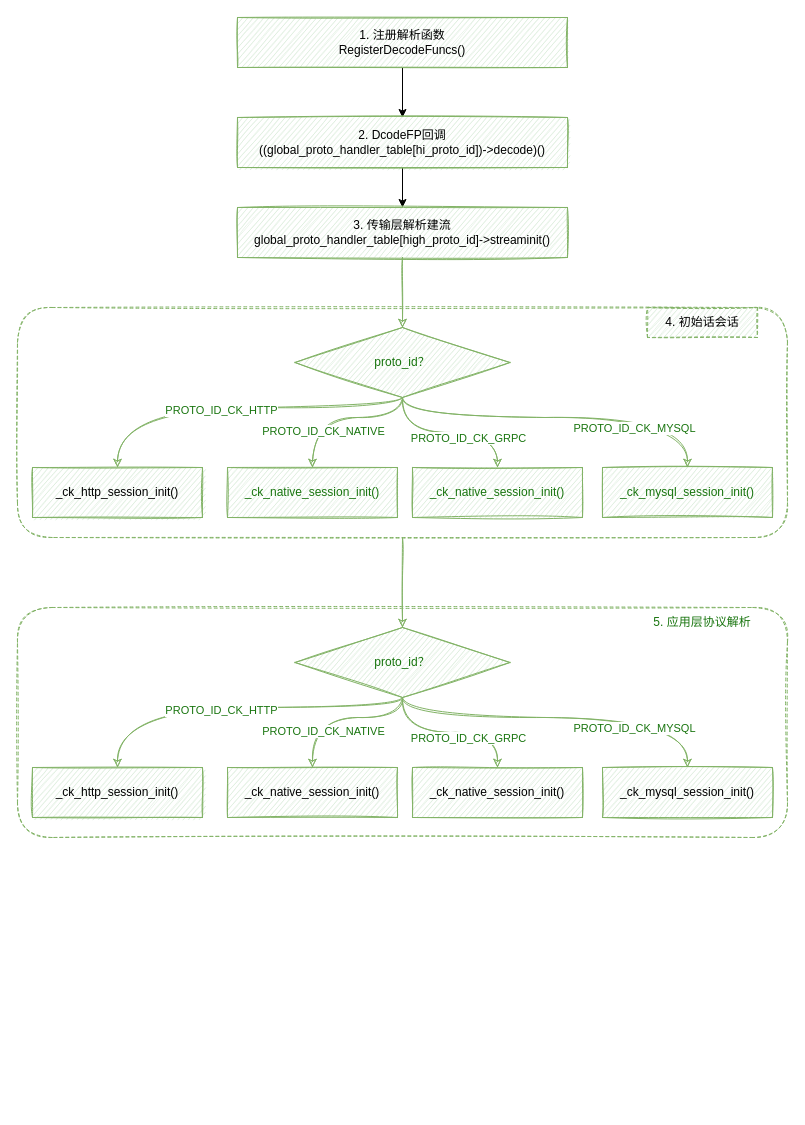
This is ck parse progess.drawio from leonce28/draw-io-img, a draw.io file, before an edit. Source tidied: cells renumbered, new cells numbered last; positions are measured from the earlier drawing's top-left corner, leaving out a move shared by most shapes. Both pictures are drawn from the tidied source at 100%, with x=0, y=0 at pixel (17, 17).
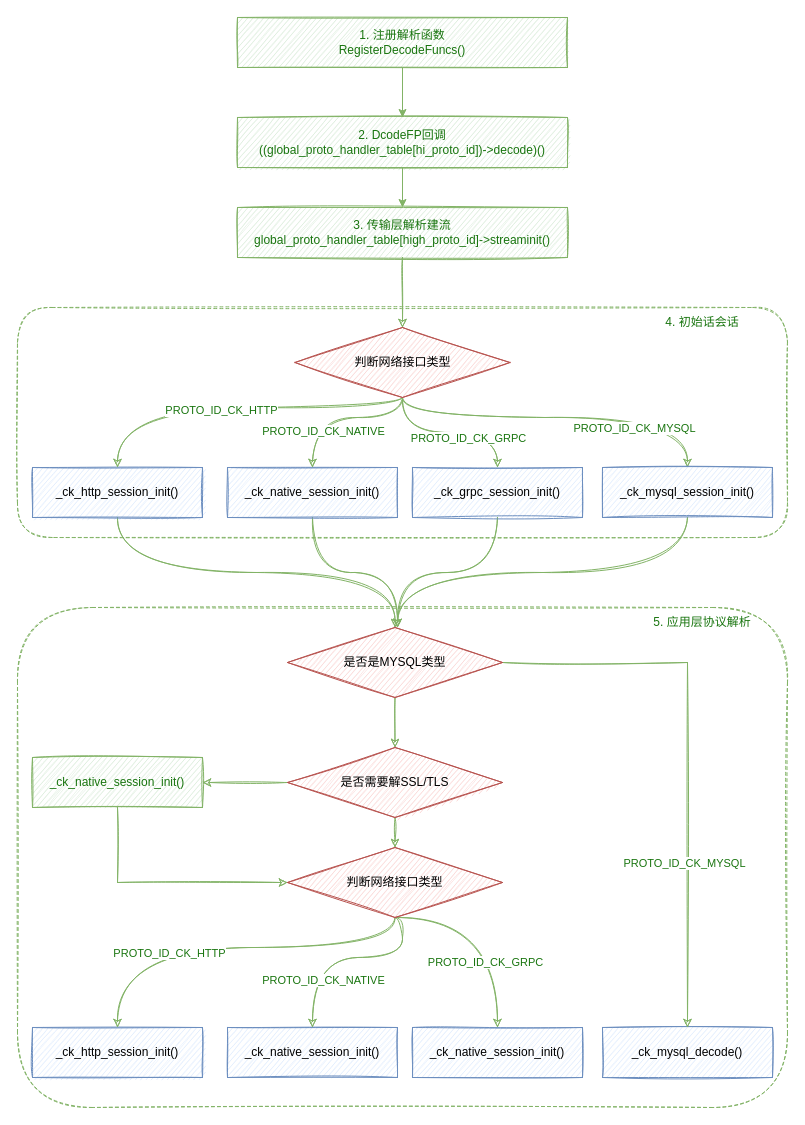
Above is the later version.

Unchanged cells that the change refers to:
```xml
<mxCell id="3" style="rounded=1;whiteSpace=wrap;html=1;shadow=0;glass=0;dashed=1;sketch=1;fillStyle=auto;strokeColor=#82b366;strokeWidth=1;fillColor=none;" parent="1" vertex="1">
  <mxGeometry y="290" width="770" height="230" as="geometry" />
</mxCell>
```

Diff of the diagram source:
```diff
@@
-    <mxCell id="2" style="edgeStyle=orthogonalEdgeStyle;rounded=0;sketch=1;jettySize=auto;html=1;exitX=0.5;exitY=1;exitDx=0;exitDy=0;fillColor=#d5e8d4;strokeColor=#82b366;fontColor=#19750F;" parent="1" edge="1" source="3" target="37">
-      <mxGeometry relative="1" as="geometry" />
-    </mxCell>
+    <mxCell id="25" style="rounded=1;whiteSpace=wrap;html=1;shadow=0;glass=0;dashed=1;sketch=1;fillStyle=auto;strokeColor=#82b366;strokeWidth=1;fillColor=none;" parent="1" vertex="1">
+      <mxGeometry y="590" width="770" height="500" as="geometry" />
+    </mxCell>
@@
-    <mxCell id="4" style="edgeStyle=orthogonalEdgeStyle;rounded=0;jettySize=auto;html=1;" parent="1" edge="1" source="5" target="7">
+    <mxCell id="4" style="edgeStyle=orthogonalEdgeStyle;rounded=0;jettySize=auto;html=1;fontColor=#19750F;fillColor=#d5e8d4;strokeColor=#82b366;" parent="1" edge="1" source="5" target="7">
       <mxGeometry relative="1" as="geometry" />
     </mxCell>
-    <mxCell id="5" value="1. 注册解析函数&lt;br&gt;RegisterDecodeFuncs()" style="rounded=0;whiteSpace=wrap;html=1;fillStyle=auto;fillColor=#d5e8d4;gradientDirection=north;sketch=1;strokeColor=#82b366;" parent="1" vertex="1">
+    <mxCell id="5" value="1. 注册解析函数&lt;br&gt;RegisterDecodeFuncs()" style="rounded=0;whiteSpace=wrap;html=1;fillStyle=auto;fillColor=#d5e8d4;gradientDirection=north;sketch=1;strokeColor=#82b366;fontColor=#19750F;" parent="1" vertex="1">
       <mxGeometry x="220" width="330" height="50" as="geometry" />
     </mxCell>
-    <mxCell id="6" style="edgeStyle=orthogonalEdgeStyle;rounded=0;jettySize=auto;html=1;" parent="1" edge="1" source="7" target="9">
+    <mxCell id="6" style="edgeStyle=orthogonalEdgeStyle;rounded=0;jettySize=auto;html=1;fontColor=#19750F;fillColor=#d5e8d4;strokeColor=#82b366;" parent="1" edge="1" source="7" target="9">
       <mxGeometry relative="1" as="geometry" />
     </mxCell>
-    <mxCell id="7" value="2. DcodeFP回调&lt;br&gt;((global_proto_handler_table[hi_proto_id])-&amp;gt;decode)()" style="rounded=0;whiteSpace=wrap;html=1;fillStyle=auto;fillColor=#d5e8d4;gradientDirection=north;sketch=1;strokeColor=#82b366;" parent="1" vertex="1">
+    <mxCell id="7" value="2. DcodeFP回调&lt;br&gt;((global_proto_handler_table[hi_proto_id])-&amp;gt;decode)()" style="rounded=0;whiteSpace=wrap;html=1;fillStyle=auto;fillColor=#d5e8d4;gradientDirection=north;sketch=1;strokeColor=#82b366;fontColor=#19750F;" parent="1" vertex="1">
       <mxGeometry x="220" y="100" width="330" height="50" as="geometry" />
     </mxCell>
-    <mxCell id="8" style="edgeStyle=orthogonalEdgeStyle;rounded=0;sketch=1;jettySize=auto;html=1;exitX=0.5;exitY=1;exitDx=0;exitDy=0;fillColor=#d5e8d4;strokeColor=#82b366;" parent="1" edge="1" source="9" target="21">
+    <mxCell id="8" style="edgeStyle=orthogonalEdgeStyle;rounded=0;sketch=1;jettySize=auto;html=1;exitX=0.5;exitY=1;exitDx=0;exitDy=0;fillColor=#d5e8d4;strokeColor=#82b366;fontColor=#19750F;" parent="1" edge="1" source="9" target="21">
       <mxGeometry relative="1" as="geometry" />
     </mxCell>
-    <mxCell id="9" value="3. 传输层解析建流&lt;br&gt;global_proto_handler_table[high_proto_id]-&amp;gt;streaminit()" style="rounded=0;whiteSpace=wrap;html=1;fillStyle=auto;fillColor=#d5e8d4;gradientDirection=north;sketch=1;strokeColor=#82b366;" parent="1" vertex="1">
+    <mxCell id="9" value="3. 传输层解析建流&lt;br&gt;global_proto_handler_table[high_proto_id]-&amp;gt;streaminit()" style="rounded=0;whiteSpace=wrap;html=1;fillStyle=auto;fillColor=#d5e8d4;gradientDirection=north;sketch=1;strokeColor=#82b366;fontColor=#19750F;" parent="1" vertex="1">
       <mxGeometry x="220" y="190" width="330" height="50" as="geometry" />
     </mxCell>
+    <mxCell id="41" style="edgeStyle=orthogonalEdgeStyle;curved=1;sketch=1;jettySize=auto;html=1;exitX=0.5;exitY=1;exitDx=0;exitDy=0;fontColor=#19750F;labelBorderColor=#19750F;fillColor=#d5e8d4;strokeColor=#82b366;" parent="1" edge="1" source="10">
+      <mxGeometry relative="1" as="geometry">
+        <mxPoint x="380" y="610" as="targetPoint" />
+      </mxGeometry>
+    </mxCell>
-    <mxCell id="10" value="_ck_native_session_init()" style="rounded=0;whiteSpace=wrap;html=1;fillStyle=auto;fillColor=#d5e8d4;gradientDirection=north;sketch=1;strokeColor=#82b366;fontColor=#19750F;" parent="1" vertex="1">
+    <mxCell id="10" value="_ck_native_session_init()" style="rounded=0;whiteSpace=wrap;html=1;fillStyle=auto;fillColor=#dae8fc;gradientDirection=north;sketch=1;strokeColor=#6c8ebf;" parent="1" vertex="1">
       <mxGeometry x="210" y="450" width="170" height="50" as="geometry" />
     </mxCell>
+    <mxCell id="42" style="edgeStyle=orthogonalEdgeStyle;curved=1;sketch=1;jettySize=auto;html=1;exitX=0.5;exitY=1;exitDx=0;exitDy=0;fontColor=#19750F;labelBorderColor=#19750F;fillColor=#d5e8d4;strokeColor=#82b366;" parent="1" edge="1" source="11" target="47">
+      <mxGeometry relative="1" as="geometry" />
+    </mxCell>
-    <mxCell id="11" value="_ck_http_session_init()" style="rounded=0;whiteSpace=wrap;html=1;fillStyle=auto;fillColor=#d5e8d4;gradientDirection=north;sketch=1;strokeColor=#82b366;" parent="1" vertex="1">
+    <mxCell id="11" value="_ck_http_session_init()" style="rounded=0;whiteSpace=wrap;html=1;fillStyle=auto;fillColor=#dae8fc;gradientDirection=north;sketch=1;strokeColor=#6c8ebf;" parent="1" vertex="1">
       <mxGeometry x="15" y="450" width="170" height="50" as="geometry" />
     </mxCell>
+    <mxCell id="43" style="edgeStyle=orthogonalEdgeStyle;curved=1;sketch=1;jettySize=auto;html=1;exitX=0.5;exitY=1;exitDx=0;exitDy=0;fontColor=#19750F;labelBorderColor=#19750F;fillColor=#d5e8d4;strokeColor=#82b366;" parent="1" edge="1" source="12">
+      <mxGeometry relative="1" as="geometry">
+        <mxPoint x="380" y="610" as="targetPoint" />
+      </mxGeometry>
+    </mxCell>
-    <mxCell id="12" value="_ck_native_session_init()" style="rounded=0;whiteSpace=wrap;html=1;fillStyle=auto;fillColor=#d5e8d4;gradientDirection=north;sketch=1;strokeColor=#82b366;fontColor=#19750F;" parent="1" vertex="1">
+    <mxCell id="12" value="_ck_grpc_session_init()" style="rounded=0;whiteSpace=wrap;html=1;fillStyle=auto;fillColor=#dae8fc;gradientDirection=north;sketch=1;strokeColor=#6c8ebf;" parent="1" vertex="1">
       <mxGeometry x="395" y="450" width="170" height="50" as="geometry" />
     </mxCell>
@@
-    <mxCell id="21" value="&lt;span style=&quot;font-family: monospace; font-size: 0px;&quot;&gt;4&lt;/span&gt;" style="rhombus;whiteSpace=wrap;html=1;fillStyle=auto;strokeColor=#82b366;fillColor=#d5e8d4;sketch=1;fontColor=#19750F;" parent="1" vertex="1">
+    <mxCell id="21" value="&lt;span style=&quot;font-family: monospace; font-size: 0px;&quot;&gt;4&lt;/span&gt;" style="rhombus;whiteSpace=wrap;html=1;fillStyle=auto;strokeColor=#b85450;fillColor=#f8cecc;sketch=1;" parent="1" vertex="1">
       <mxGeometry x="277.5" y="310" width="215" height="70" as="geometry" />
     </mxCell>
-    <mxCell id="22" value="proto_id？" style="text;html=1;strokeColor=none;fillColor=none;align=center;verticalAlign=middle;whiteSpace=wrap;rounded=0;fillStyle=auto;sketch=1;fontColor=#19750F;" parent="1" vertex="1">
-      <mxGeometry x="355" y="330" width="60" height="30" as="geometry" />
+    <mxCell id="22" value="判断网络接口类型" style="text;html=1;strokeColor=none;fillColor=none;align=center;verticalAlign=middle;whiteSpace=wrap;rounded=0;fillStyle=auto;sketch=1;" parent="1" vertex="1">
+      <mxGeometry x="332.5" y="330" width="105" height="30" as="geometry" />
     </mxCell>
+    <mxCell id="44" style="edgeStyle=orthogonalEdgeStyle;curved=1;sketch=1;jettySize=auto;html=1;exitX=0.5;exitY=1;exitDx=0;exitDy=0;fontColor=#19750F;labelBorderColor=#19750F;fillColor=#d5e8d4;strokeColor=#82b366;" parent="1" edge="1" source="23">
+      <mxGeometry relative="1" as="geometry">
+        <mxPoint x="380" y="610" as="targetPoint" />
+      </mxGeometry>
+    </mxCell>
-    <mxCell id="23" value="_ck_mysql_session_init()" style="rounded=0;whiteSpace=wrap;html=1;fillStyle=auto;fillColor=#d5e8d4;gradientDirection=north;sketch=1;strokeColor=#82b366;fontColor=#19750F;" parent="1" vertex="1">
+    <mxCell id="23" value="_ck_mysql_session_init()" style="rounded=0;whiteSpace=wrap;html=1;fillStyle=auto;fillColor=#dae8fc;gradientDirection=north;sketch=1;strokeColor=#6c8ebf;" parent="1" vertex="1">
       <mxGeometry x="585" y="450" width="170" height="50" as="geometry" />
     </mxCell>
-    <mxCell id="24" value="4. 初始话会话" style="text;html=1;strokeColor=#82b366;fillColor=#d5e8d4;align=center;verticalAlign=middle;whiteSpace=wrap;rounded=0;shadow=0;glass=0;dashed=1;sketch=1;fillStyle=auto;" parent="1" vertex="1">
+    <mxCell id="24" value="4. 初始话会话" style="text;html=1;strokeColor=none;fillColor=none;align=center;verticalAlign=middle;whiteSpace=wrap;rounded=0;shadow=0;glass=0;dashed=1;sketch=1;fillStyle=auto;fontColor=#19750F;" parent="1" vertex="1">
       <mxGeometry x="630" y="290" width="110" height="30" as="geometry" />
     </mxCell>
-    <mxCell id="25" style="rounded=1;whiteSpace=wrap;html=1;shadow=0;glass=0;dashed=1;sketch=1;fillStyle=auto;strokeColor=#82b366;strokeWidth=1;fillColor=none;" parent="1" vertex="1">
-      <mxGeometry y="590" width="770" height="230" as="geometry" />
-    </mxCell>
-    <mxCell id="26" value="_ck_native_session_init()" style="rounded=0;whiteSpace=wrap;html=1;fillStyle=auto;fillColor=#d5e8d4;gradientDirection=north;sketch=1;strokeColor=#82b366;" parent="1" vertex="1">
-      <mxGeometry x="210" y="750" width="170" height="50" as="geometry" />
+    <mxCell id="26" value="_ck_native_session_init()" style="rounded=0;whiteSpace=wrap;html=1;fillStyle=auto;fillColor=#dae8fc;gradientDirection=north;sketch=1;strokeColor=#6c8ebf;" parent="1" vertex="1">
+      <mxGeometry x="210" y="1010" width="170" height="50" as="geometry" />
     </mxCell>
-    <mxCell id="27" value="_ck_http_session_init()" style="rounded=0;whiteSpace=wrap;html=1;fillStyle=auto;fillColor=#d5e8d4;gradientDirection=north;sketch=1;strokeColor=#82b366;" parent="1" vertex="1">
-      <mxGeometry x="15" y="750" width="170" height="50" as="geometry" />
+    <mxCell id="27" value="_ck_http_session_init()" style="rounded=0;whiteSpace=wrap;html=1;fillStyle=auto;fillColor=#dae8fc;gradientDirection=north;sketch=1;strokeColor=#6c8ebf;" parent="1" vertex="1">
+      <mxGeometry x="15" y="1010" width="170" height="50" as="geometry" />
     </mxCell>
-    <mxCell id="28" value="_ck_native_session_init()" style="rounded=0;whiteSpace=wrap;html=1;fillStyle=auto;fillColor=#d5e8d4;gradientDirection=north;sketch=1;strokeColor=#82b366;" parent="1" vertex="1">
-      <mxGeometry x="395" y="750" width="170" height="50" as="geometry" />
+    <mxCell id="28" value="_ck_native_session_init()" style="rounded=0;whiteSpace=wrap;html=1;fillStyle=auto;fillColor=#dae8fc;gradientDirection=north;sketch=1;strokeColor=#6c8ebf;" parent="1" vertex="1">
+      <mxGeometry x="395" y="1010" width="170" height="50" as="geometry" />
     </mxCell>
-    <mxCell id="29" style="edgeStyle=orthogonalEdgeStyle;jettySize=auto;html=1;exitX=0.5;exitY=1;exitDx=0;exitDy=0;entryX=0.5;entryY=0;entryDx=0;entryDy=0;sketch=1;fillColor=#d5e8d4;strokeColor=#82b366;curved=1;fontColor=#19750F;" parent="1" edge="1" source="37" target="27">
-      <mxGeometry relative="1" as="geometry">
-        <Array as="points">
-          <mxPoint x="385" y="690" />
-          <mxPoint x="100" y="690" />
-        </Array>
-      </mxGeometry>
-    </mxCell>
-    <mxCell id="30" value="PROTO_ID_CK_HTTP" style="edgeLabel;html=1;align=center;verticalAlign=middle;fontColor=#19750F;" parent="29" vertex="1">
-      <mxGeometry x="0.08" y="2" relative="1" as="geometry" />
-    </mxCell>
-    <mxCell id="31" style="edgeStyle=orthogonalEdgeStyle;jettySize=auto;html=1;exitX=0.5;exitY=1;exitDx=0;exitDy=0;entryX=0.5;entryY=0;entryDx=0;entryDy=0;sketch=1;fillColor=#d5e8d4;strokeColor=#82b366;curved=1;fontColor=#19750F;" parent="1" edge="1" source="37" target="26">
+    <mxCell id="31" style="edgeStyle=orthogonalEdgeStyle;jettySize=auto;html=1;exitX=0.5;exitY=1;exitDx=0;exitDy=0;entryX=0.5;entryY=0;entryDx=0;entryDy=0;sketch=1;fillColor=#d5e8d4;strokeColor=#82b366;curved=1;fontColor=#19750F;labelBorderColor=#19750F;" parent="1" edge="1" source="37" target="26">
       <mxGeometry relative="1" as="geometry">
         <Array as="points">
-          <mxPoint x="385" y="700" />
-          <mxPoint x="295" y="700" />
+          <mxPoint x="385" y="900" />
+          <mxPoint x="385" y="940" />
+          <mxPoint x="295" y="940" />
         </Array>
       </mxGeometry>
     </mxCell>
-    <mxCell id="32" value="PROTO_ID_CK_NATIVE" style="edgeLabel;html=1;align=center;verticalAlign=middle;fontColor=#19750F;" parent="31" vertex="1">
+    <mxCell id="32" value="PROTO_ID_CK_NATIVE" style="edgeLabel;html=1;align=center;verticalAlign=middle;fontColor=#19750F;labelBorderColor=none;" parent="31" vertex="1">
       <mxGeometry x="0.54" y="10" relative="1" as="geometry" />
     </mxCell>
-    <mxCell id="33" style="edgeStyle=orthogonalEdgeStyle;jettySize=auto;html=1;exitX=0.5;exitY=1;exitDx=0;exitDy=0;entryX=0.5;entryY=0;entryDx=0;entryDy=0;sketch=1;fillColor=#d5e8d4;strokeColor=#82b366;curved=1;fontColor=#19750F;" parent="1" edge="1" source="37" target="28">
-      <mxGeometry relative="1" as="geometry" />
+    <mxCell id="33" style="edgeStyle=orthogonalEdgeStyle;jettySize=auto;html=1;exitX=0.5;exitY=1;exitDx=0;exitDy=0;entryX=0.5;entryY=0;entryDx=0;entryDy=0;sketch=1;fillColor=#d5e8d4;strokeColor=#82b366;curved=1;fontColor=#19750F;labelBorderColor=#19750F;" parent="1" edge="1" source="37" target="28">
+      <mxGeometry relative="1" as="geometry">
+        <Array as="points">
+          <mxPoint x="480" y="900" />
+        </Array>
+      </mxGeometry>
     </mxCell>
-    <mxCell id="34" value="PROTO_ID_CK_GRPC" style="edgeLabel;html=1;align=center;verticalAlign=middle;fontColor=#19750F;" parent="33" vertex="1">
-      <mxGeometry x="0.04" relative="1" as="geometry">
-        <mxPoint x="14" y="5" as="offset" />
+    <mxCell id="34" value="PROTO_ID_CK_GRPC" style="edgeLabel;html=1;align=center;verticalAlign=middle;fontColor=#19750F;labelBorderColor=none;" parent="33" vertex="1">
+      <mxGeometry x="0.37" y="-13" relative="1" as="geometry">
+        <mxPoint y="1" as="offset" />
       </mxGeometry>
     </mxCell>
-    <mxCell id="35" style="edgeStyle=orthogonalEdgeStyle;curved=1;sketch=1;jettySize=auto;html=1;fillColor=#d5e8d4;strokeColor=#82b366;exitX=0.5;exitY=1;exitDx=0;exitDy=0;fontColor=#19750F;" parent="1" edge="1" source="37" target="39">
-      <mxGeometry relative="1" as="geometry">
-        <Array as="points">
-          <mxPoint x="385" y="700" />
-          <mxPoint x="670" y="700" />
-        </Array>
-      </mxGeometry>
-    </mxCell>
-    <mxCell id="36" value="PROTO_ID_CK_MYSQL" style="edgeLabel;html=1;align=center;verticalAlign=middle;fontColor=#19750F;" parent="35" vertex="1">
-      <mxGeometry x="0.41" y="-10" relative="1" as="geometry">
-        <mxPoint x="1" as="offset" />
-      </mxGeometry>
-    </mxCell>
+    <mxCell id="29" style="edgeStyle=orthogonalEdgeStyle;sketch=1;jettySize=auto;html=1;exitX=0.5;exitY=1;exitDx=0;exitDy=0;entryX=0.5;entryY=0;entryDx=0;entryDy=0;fontColor=#19750F;curved=1;labelBorderColor=#19750F;fillColor=#d5e8d4;strokeColor=#82b366;" parent="1" edge="1" source="37" target="27">
+      <mxGeometry relative="1" as="geometry">
+        <Array as="points">
+          <mxPoint x="378" y="930" />
+          <mxPoint x="100" y="930" />
+        </Array>
+      </mxGeometry>
+    </mxCell>
+    <mxCell id="30" value="PROTO_ID_CK_HTTP" style="edgeLabel;html=1;align=center;verticalAlign=middle;fontColor=#19750F;labelBorderColor=none;" parent="29" vertex="1">
+      <mxGeometry x="0.32" y="5" relative="1" as="geometry" />
+    </mxCell>
-    <mxCell id="37" value="&lt;span style=&quot;font-family: monospace; font-size: 0px;&quot;&gt;4&lt;/span&gt;" style="rhombus;whiteSpace=wrap;html=1;fillStyle=auto;strokeColor=#82b366;fillColor=#d5e8d4;sketch=1;fontColor=#19750F;" parent="1" vertex="1">
-      <mxGeometry x="277.5" y="610" width="215" height="70" as="geometry" />
+    <mxCell id="37" style="rhombus;whiteSpace=wrap;html=1;fillStyle=auto;strokeColor=#b85450;fillColor=#f8cecc;sketch=1;labelBorderColor=#19750F;" parent="1" vertex="1">
+      <mxGeometry x="270" y="830" width="215" height="70" as="geometry" />
     </mxCell>
-    <mxCell id="38" value="proto_id？" style="text;html=1;strokeColor=none;fillColor=none;align=center;verticalAlign=middle;whiteSpace=wrap;rounded=0;fillStyle=auto;sketch=1;fontColor=#19750F;" parent="1" vertex="1">
-      <mxGeometry x="355" y="630" width="60" height="30" as="geometry" />
+    <mxCell id="38" value="判断网络接口类型" style="text;html=1;strokeColor=none;fillColor=none;align=center;verticalAlign=middle;whiteSpace=wrap;rounded=0;fillStyle=auto;sketch=1;labelBorderColor=none;" parent="1" vertex="1">
+      <mxGeometry x="321.2" y="850" width="112.5" height="30" as="geometry" />
     </mxCell>
-    <mxCell id="39" value="_ck_mysql_session_init()" style="rounded=0;whiteSpace=wrap;html=1;fillStyle=auto;fillColor=#d5e8d4;gradientDirection=north;sketch=1;strokeColor=#82b366;" parent="1" vertex="1">
-      <mxGeometry x="585" y="750" width="170" height="50" as="geometry" />
+    <mxCell id="39" value="_ck_mysql_decode()" style="rounded=0;whiteSpace=wrap;html=1;fillStyle=auto;fillColor=#dae8fc;gradientDirection=north;sketch=1;strokeColor=#6c8ebf;" parent="1" vertex="1">
+      <mxGeometry x="585" y="1010" width="170" height="50" as="geometry" />
     </mxCell>
-    <mxCell id="40" value="5. 应用层协议解析" style="text;html=1;strokeColor=none;fillColor=none;align=center;verticalAlign=middle;whiteSpace=wrap;rounded=0;shadow=0;glass=0;dashed=1;sketch=1;fillStyle=auto;fontColor=#19750F;" parent="1" vertex="1">
+    <mxCell id="40" value="5. 应用层协议解析" style="text;html=1;strokeColor=none;fillColor=none;align=center;verticalAlign=middle;whiteSpace=wrap;rounded=0;shadow=0;glass=0;dashed=1;sketch=1;fillStyle=auto;fontColor=#19750F;labelBorderColor=none;" parent="1" vertex="1">
       <mxGeometry x="630" y="590" width="110" height="30" as="geometry" />
     </mxCell>
+    <mxCell id="45" style="edgeStyle=orthogonalEdgeStyle;sketch=1;jettySize=auto;html=1;exitX=1;exitY=0.5;exitDx=0;exitDy=0;entryX=0.5;entryY=0;entryDx=0;entryDy=0;fontColor=#19750F;rounded=0;labelBorderColor=#19750F;fillColor=#d5e8d4;strokeColor=#82b366;" parent="1" edge="1" source="47" target="39">
+      <mxGeometry relative="1" as="geometry" />
+    </mxCell>
+    <mxCell id="36" value="PROTO_ID_CK_MYSQL" style="edgeLabel;html=1;align=center;verticalAlign=middle;fontColor=#19750F;labelBorderColor=none;" parent="45" vertex="1">
+      <mxGeometry x="0.4" y="3" relative="1" as="geometry">
+        <mxPoint x="-7" as="offset" />
+      </mxGeometry>
+    </mxCell>
+    <mxCell id="46" style="edgeStyle=orthogonalEdgeStyle;sketch=1;jettySize=auto;html=1;exitX=0.5;exitY=1;exitDx=0;exitDy=0;fontColor=#19750F;rounded=0;labelBorderColor=#19750F;fillColor=#d5e8d4;strokeColor=#82b366;" parent="1" edge="1" source="47" target="53">
+      <mxGeometry relative="1" as="geometry" />
+    </mxCell>
+    <mxCell id="47" style="rhombus;whiteSpace=wrap;html=1;fillStyle=auto;strokeColor=#b85450;fillColor=#f8cecc;sketch=1;labelBorderColor=#19750F;" parent="1" vertex="1">
+      <mxGeometry x="270" y="610" width="215" height="70" as="geometry" />
+    </mxCell>
+    <mxCell id="48" value="是否是MYSQL类型" style="text;html=1;strokeColor=none;fillColor=none;align=center;verticalAlign=middle;whiteSpace=wrap;rounded=0;shadow=0;glass=0;dashed=1;sketch=1;fillStyle=auto;labelBorderColor=none;" parent="1" vertex="1">
+      <mxGeometry x="321.2" y="630" width="112.5" height="30" as="geometry" />
+    </mxCell>
+    <mxCell id="49" style="edgeStyle=orthogonalEdgeStyle;rounded=0;sketch=1;jettySize=auto;html=1;exitX=0.5;exitY=1;exitDx=0;exitDy=0;entryX=0;entryY=0.5;entryDx=0;entryDy=0;fontColor=#19750F;labelBorderColor=#19750F;fillColor=#d5e8d4;strokeColor=#82b366;" parent="1" edge="1" source="50" target="37">
+      <mxGeometry relative="1" as="geometry" />
+    </mxCell>
+    <mxCell id="50" value="_ck_native_session_init()" style="rounded=0;whiteSpace=wrap;html=1;fillStyle=auto;fillColor=#d5e8d4;gradientDirection=north;sketch=1;strokeColor=#82b366;fontColor=#19750F;" parent="1" vertex="1">
+      <mxGeometry x="15" y="740" width="170" height="50" as="geometry" />
+    </mxCell>
+    <mxCell id="51" style="edgeStyle=orthogonalEdgeStyle;curved=1;sketch=1;jettySize=auto;html=1;exitX=0;exitY=0.5;exitDx=0;exitDy=0;fontColor=#19750F;labelBorderColor=#19750F;fillColor=#d5e8d4;strokeColor=#82b366;" parent="1" edge="1" source="53" target="50">
+      <mxGeometry relative="1" as="geometry" />
+    </mxCell>
+    <mxCell id="52" style="edgeStyle=orthogonalEdgeStyle;sketch=1;jettySize=auto;html=1;exitX=0.5;exitY=1;exitDx=0;exitDy=0;entryX=0.5;entryY=0;entryDx=0;entryDy=0;fontColor=#19750F;rounded=0;labelBorderColor=#19750F;fillColor=#d5e8d4;strokeColor=#82b366;" parent="1" edge="1" source="53" target="37">
+      <mxGeometry relative="1" as="geometry" />
+    </mxCell>
+    <mxCell id="53" style="rhombus;whiteSpace=wrap;html=1;fillStyle=auto;strokeColor=#b85450;fillColor=#f8cecc;sketch=1;labelBorderColor=#19750F;" parent="1" vertex="1">
+      <mxGeometry x="270" y="730" width="215" height="70" as="geometry" />
+    </mxCell>
+    <mxCell id="54" value="是否需要解SSL/TLS" style="text;html=1;strokeColor=none;fillColor=none;align=center;verticalAlign=middle;whiteSpace=wrap;rounded=0;shadow=0;glass=0;dashed=1;sketch=1;fillStyle=auto;labelBorderColor=none;" parent="1" vertex="1">
+      <mxGeometry x="321.2" y="750" width="112.5" height="30" as="geometry" />
+    </mxCell>
```
